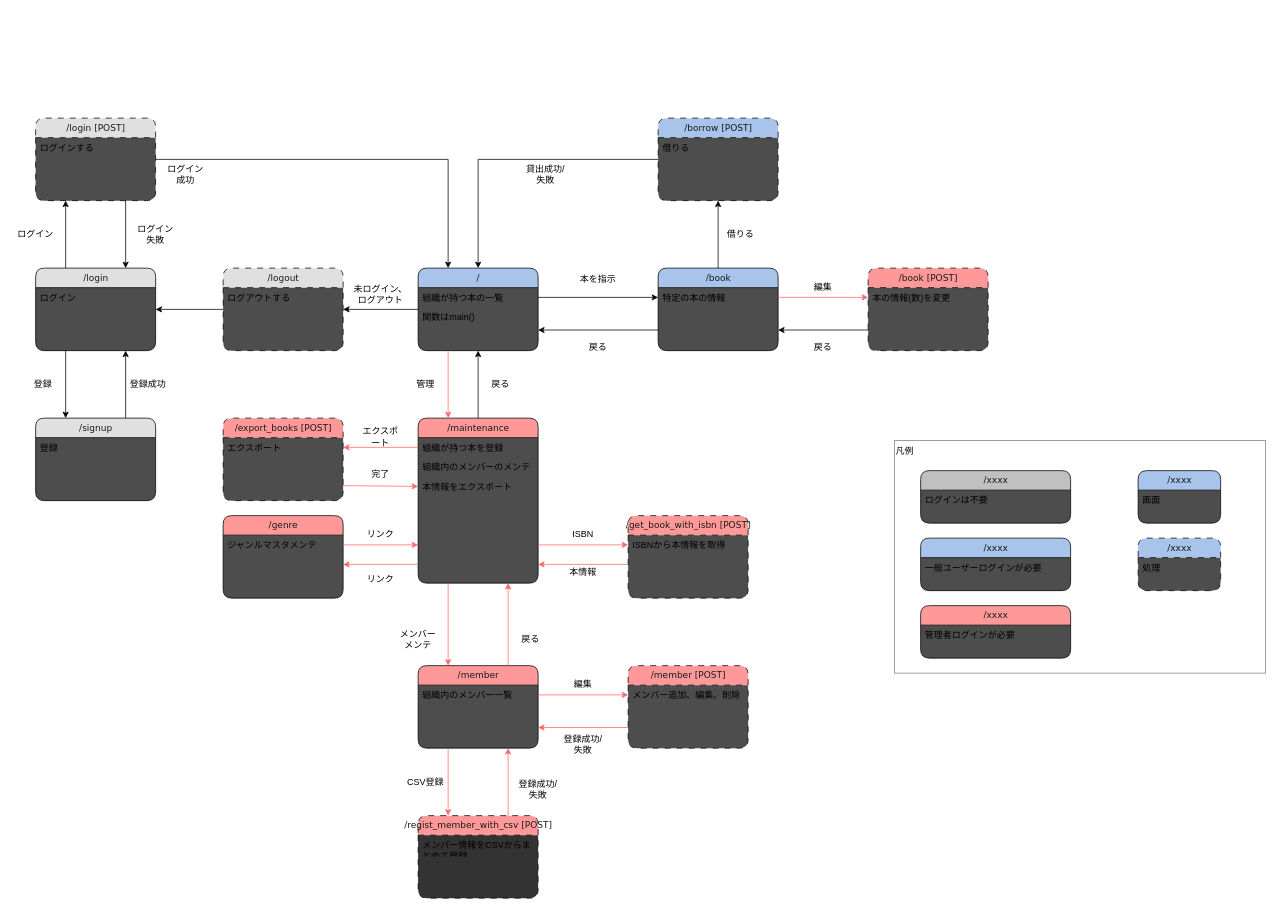
Earlier version of the draw.io diagram doc/screen_transition_diagram.drawio (yo16/bookshelf_2023). Source tidied: cells renumbered, new cells numbered last; positions are measured from the earlier drawing's top-left corner, leaving out a move shared by most shapes. Both pictures are drawn from the tidied source at 75%, with x=0, y=0 at pixel (13, 118).
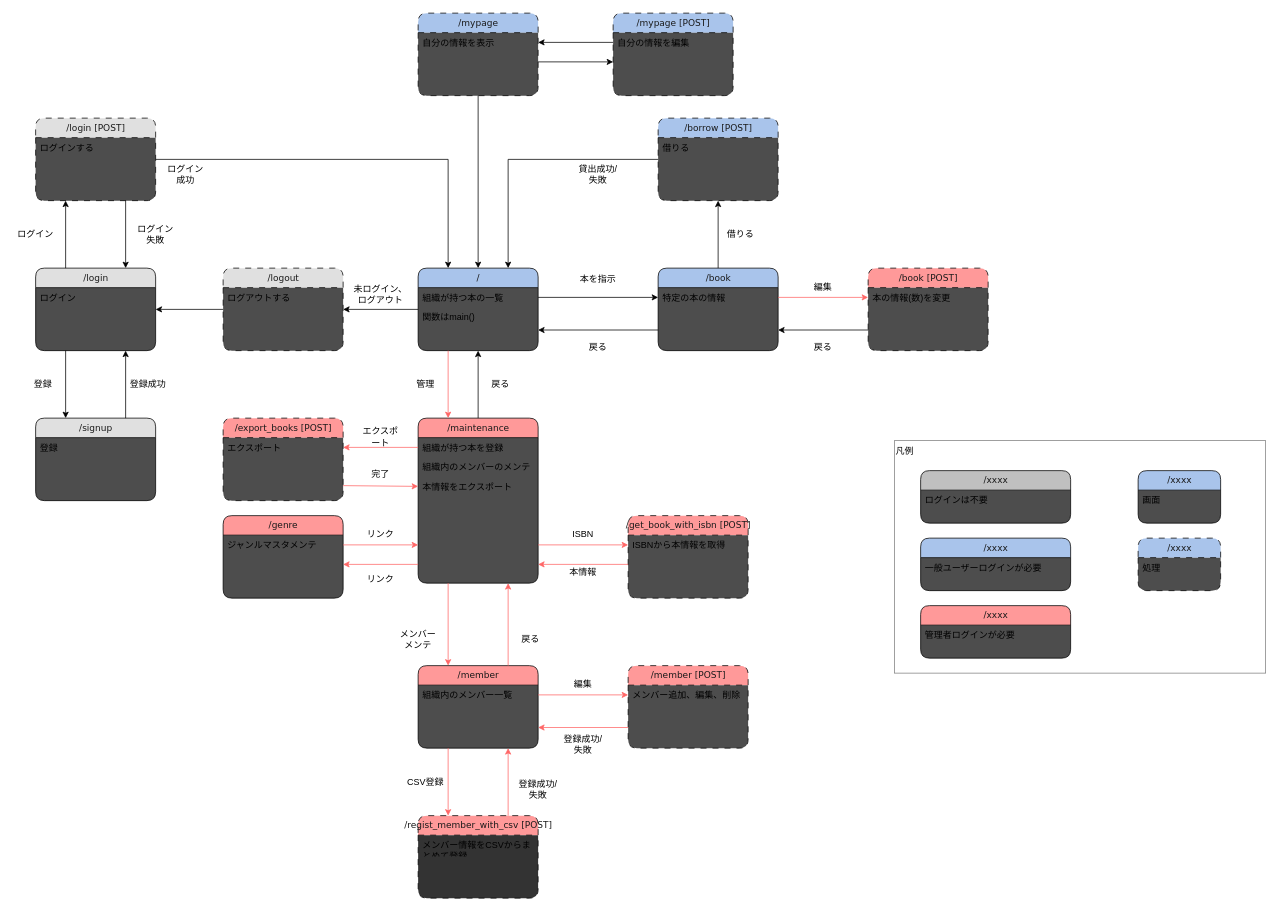
The same page after the edit.

Commit message:
ユーザー自身の情報のページを追加

Unchanged cells that the change refers to:
```xml
<mxCell id="6" value="/" style="swimlane;html=1;fontStyle=0;horizontal=1;startSize=26;fillColor=#A9C4EB;swimlaneFillColor=#4D4D4D;align=center;rounded=1;shadow=0;comic=0;labelBackgroundColor=none;strokeWidth=1;fontFamily=Verdana;fontSize=12;fontColor=#1A1A1A;" parent="1" vertex="1">
  <mxGeometry x="540" y="200" width="160" height="110" as="geometry" />
</mxCell>
<mxCell id="37" value="/borrow [POST]" style="swimlane;html=1;fontStyle=0;horizontal=1;startSize=26;fillColor=#A9C4EB;swimlaneFillColor=#4D4D4D;align=center;rounded=1;shadow=0;comic=0;labelBackgroundColor=none;strokeWidth=1;fontFamily=Verdana;fontSize=12;dashed=1;dashPattern=8 8;fontColor=#1A1A1A;" parent="1" vertex="1">
  <mxGeometry x="860" width="160" height="110" as="geometry" />
</mxCell>
```

What changed in the source:
```diff
@@
-    <mxCell id="40" style="edgeStyle=orthogonalEdgeStyle;rounded=0;jettySize=auto;html=1;entryX=0.5;entryY=0;entryDx=0;entryDy=0;exitX=0;exitY=0.5;exitDx=0;exitDy=0;" parent="1" edge="1" source="37" target="6">
+    <mxCell id="40" style="edgeStyle=orthogonalEdgeStyle;rounded=0;jettySize=auto;html=1;entryX=0.75;entryY=0;entryDx=0;entryDy=0;exitX=0;exitY=0.5;exitDx=0;exitDy=0;" parent="1" edge="1" source="37" target="6">
       <mxGeometry relative="1" as="geometry" />
     </mxCell>
     <mxCell id="41" value="貸出成功/失敗" style="text;html=1;strokeColor=none;fillColor=none;align=center;verticalAlign=middle;whiteSpace=wrap;rounded=0;" parent="1" vertex="1">
-      <mxGeometry x="680" y="60" width="60" height="30" as="geometry" />
+      <mxGeometry x="750" y="60" width="60" height="30" as="geometry" />
     </mxCell>
@@
+    <mxCell id="105" value="/mypage" style="swimlane;html=1;fontStyle=0;horizontal=1;startSize=26;fillColor=#A9C4EB;swimlaneFillColor=#4D4D4D;align=center;rounded=1;shadow=0;comic=0;labelBackgroundColor=none;strokeWidth=1;fontFamily=Verdana;fontSize=12;dashed=1;dashPattern=8 8;fontColor=#1A1A1A;" parent="1" vertex="1">
+      <mxGeometry x="540" y="-140" width="160" height="110" as="geometry" />
+    </mxCell>
+    <mxCell id="106" value="自分の情報を表示" style="text;html=1;strokeColor=none;fillColor=none;spacingLeft=4;spacingRight=4;whiteSpace=wrap;overflow=hidden;points=[[0,0.5],[1,0.5]];portConstraint=eastwest;" parent="105" vertex="1">
+      <mxGeometry y="26" width="160" height="26" as="geometry" />
+    </mxCell>
+    <mxCell id="107" style="text;html=1;strokeColor=none;fillColor=none;spacingLeft=4;spacingRight=4;whiteSpace=wrap;overflow=hidden;points=[[0,0.5],[1,0.5]];portConstraint=eastwest;" parent="105" vertex="1">
+      <mxGeometry y="52" width="160" height="26" as="geometry" />
+    </mxCell>
+    <mxCell id="108" value="/mypage [POST]" style="swimlane;html=1;fontStyle=0;horizontal=1;startSize=26;fillColor=#A9C4EB;swimlaneFillColor=#4D4D4D;align=center;rounded=1;shadow=0;comic=0;labelBackgroundColor=none;strokeWidth=1;fontFamily=Verdana;fontSize=12;dashed=1;dashPattern=8 8;fontColor=#1A1A1A;" parent="1" vertex="1">
+      <mxGeometry x="800" y="-140" width="160" height="110" as="geometry" />
+    </mxCell>
+    <mxCell id="109" value="自分の情報を編集" style="text;html=1;strokeColor=none;fillColor=none;spacingLeft=4;spacingRight=4;whiteSpace=wrap;overflow=hidden;points=[[0,0.5],[1,0.5]];portConstraint=eastwest;" parent="108" vertex="1">
+      <mxGeometry y="26" width="160" height="26" as="geometry" />
+    </mxCell>
+    <mxCell id="110" style="text;html=1;strokeColor=none;fillColor=none;spacingLeft=4;spacingRight=4;whiteSpace=wrap;overflow=hidden;points=[[0,0.5],[1,0.5]];portConstraint=eastwest;" parent="108" vertex="1">
+      <mxGeometry y="52" width="160" height="26" as="geometry" />
+    </mxCell>
+    <mxCell id="111" style="edgeStyle=orthogonalEdgeStyle;rounded=0;jettySize=auto;html=1;entryX=0.5;entryY=0;entryDx=0;entryDy=0;exitX=0.5;exitY=1;exitDx=0;exitDy=0;" parent="1" edge="1" source="105" target="6">
+      <mxGeometry relative="1" as="geometry" />
+    </mxCell>
+    <mxCell id="112" style="edgeStyle=orthogonalEdgeStyle;rounded=0;jettySize=auto;html=1;" parent="1" edge="1" source="109" target="106">
+      <mxGeometry relative="1" as="geometry" />
+    </mxCell>
+    <mxCell id="113" style="edgeStyle=orthogonalEdgeStyle;rounded=0;jettySize=auto;html=1;" parent="1" edge="1" source="107" target="110">
+      <mxGeometry relative="1" as="geometry" />
+    </mxCell>
```
